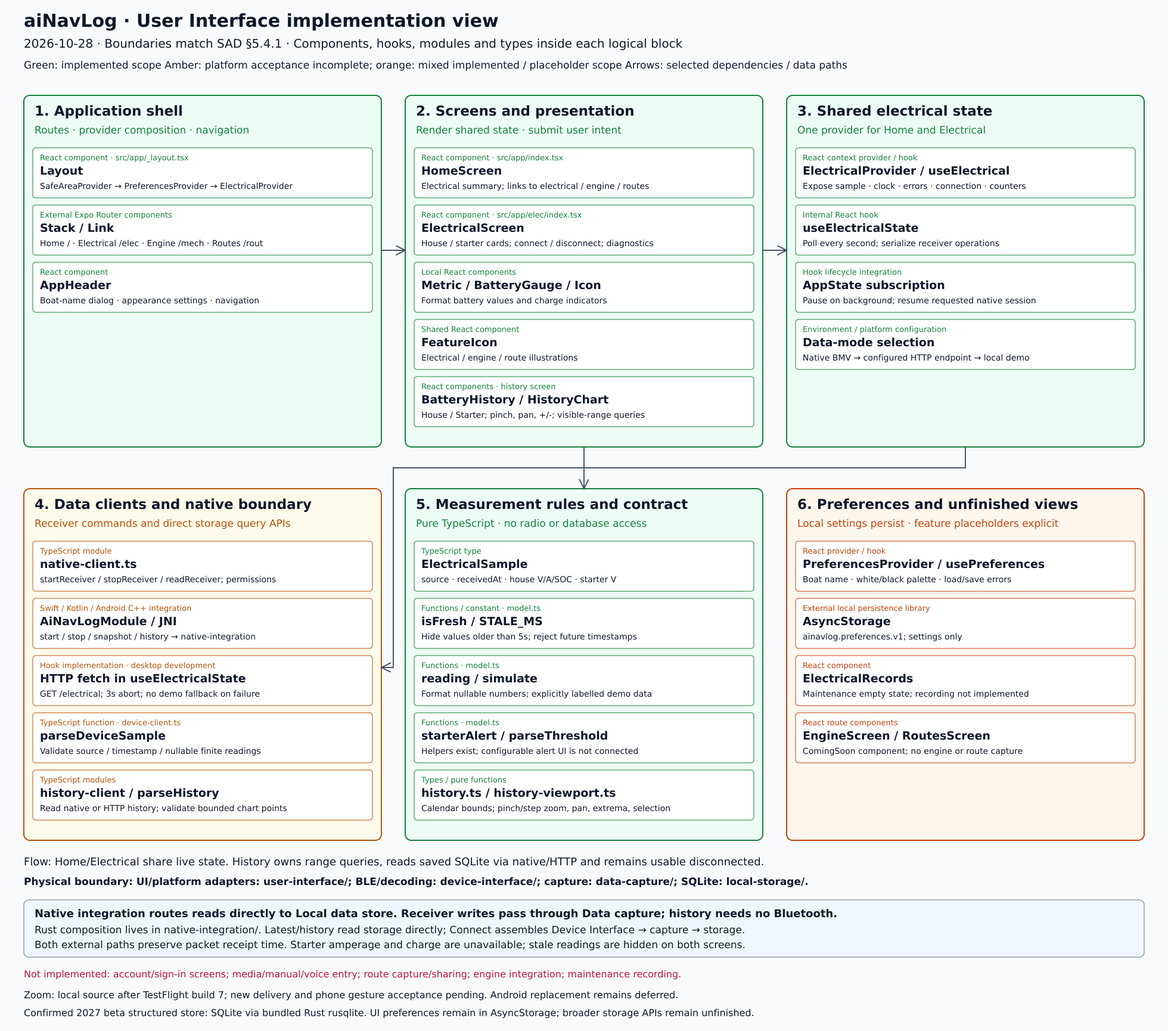
Above: docs/images/user-interface-implementation-view.png in amanlig/aiNavLog (Mermaid), before the change. Its source is kept beside it as docs/images/user-interface-implementation-view.mmd.
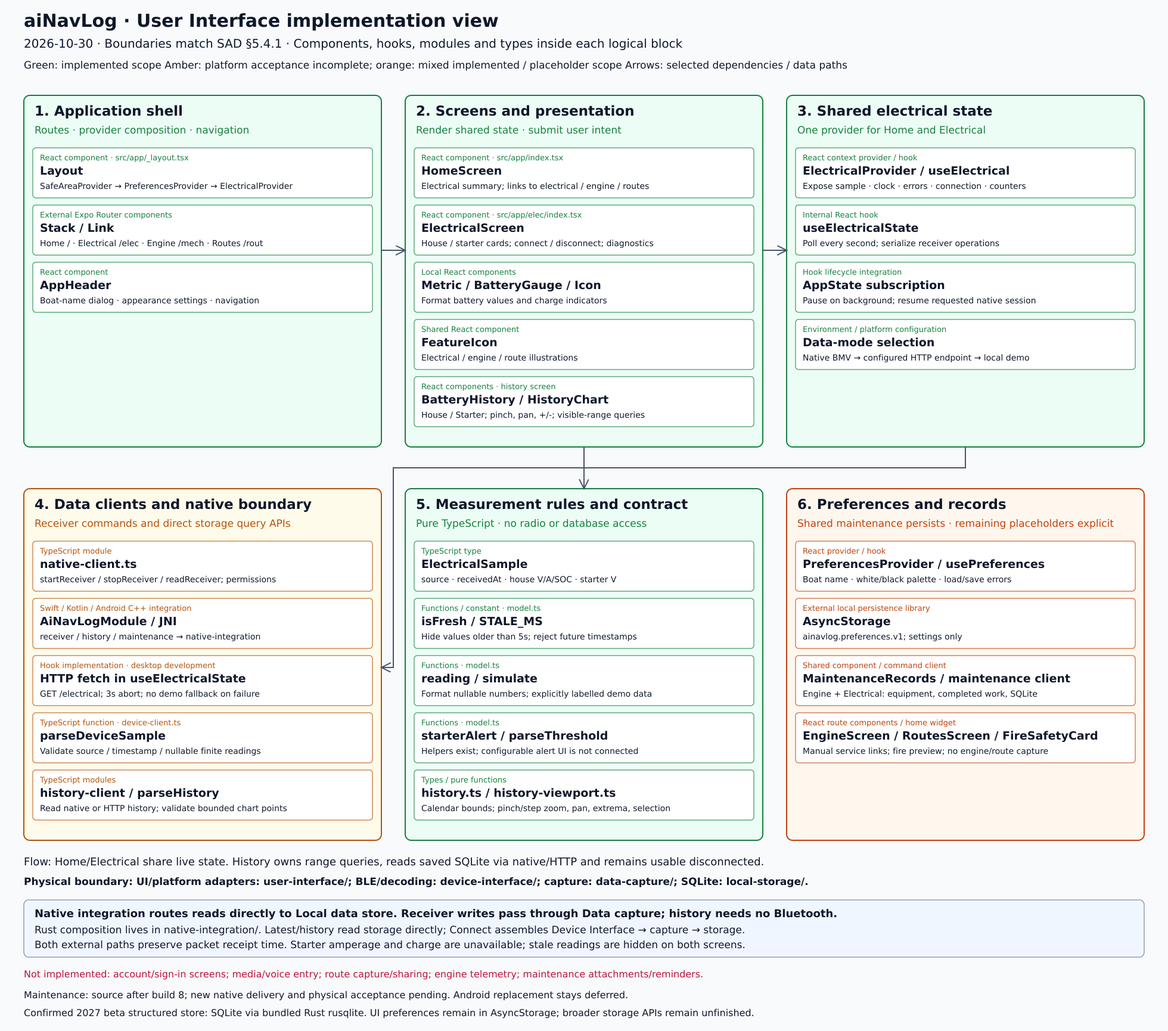
After the commit.

Change to the diagram source:
```diff
@@ -51,7 +51,7 @@
     }
     note for nativeclientts "4. Data clients and native boundary: TypeScript module; startReceiver / stopReceiver / readReceiver; permissions"
     style nativeclientts fill:#fffbeb,stroke:#b45309,color:#0f172a
-    note for AiNavLogModuleJNI "4. Data clients and native boundary: Swift / Kotlin / Android C++ integration; start / stop / snapshot / history → native-integration"
+    note for AiNavLogModuleJNI "4. Data clients and native boundary: Swift / Kotlin / Android C++ integration; receiver / history / maintenance → native-integration"
     style AiNavLogModuleJNI fill:#fffbeb,stroke:#b45309,color:#0f172a
     note for HTTPfetchinuseElectricalState "4. Data clients and native boundary: Hook implementation · desktop development; GET /electrical; 3s abort; no demo fallback on failure"
     style HTTPfetchinuseElectricalState fill:#fffbeb,stroke:#b45309,color:#0f172a
@@ -79,17 +79,18 @@
     namespace Block6 {
         class PreferencesProviderusePreferences
         class AsyncStorage
-        class ElectricalRecords
-        class EngineScreenRoutesScreen
+        class MaintenanceRecordsmaintenanceclient
+        class EngineScreenRoutesScreenFireSafetyCard
     }
-    note for PreferencesProviderusePreferences "6. Preferences and unfinished views: React provider / hook; Boat name · white/black palette · load/save errors"
+    note for PreferencesProviderusePreferences "6. Preferences and records: React provider / hook; Boat name · white/black palette · load/save errors"
     style PreferencesProviderusePreferences fill:#fff7ed,stroke:#c2410c,color:#0f172a
-    note for AsyncStorage "6. Preferences and unfinished views: External local persistence library; ainavlog.preferences.v1; settings only"
+    note for AsyncStorage "6. Preferences and records: External local persistence library; ainavlog.preferences.v1; settings only"
     style AsyncStorage fill:#fff7ed,stroke:#c2410c,color:#0f172a
-    note for ElectricalRecords "6. Preferences and unfinished views: React component; Maintenance empty state; recording not implemented"
-    style ElectricalRecords fill:#fff7ed,stroke:#c2410c,color:#0f172a
-    note for EngineScreenRoutesScreen "6. Preferences and unfinished views: React route components; ComingSoon component; no engine or route capture"
-    style EngineScreenRoutesScreen fill:#fff7ed,stroke:#c2410c,color:#0f172a
+    note for MaintenanceRecordsmaintenanceclient "6. Preferences and records: Shared component / command client; Engine + Electrical: equipment, completed work, SQLite"
+    style MaintenanceRecordsmaintenanceclient fill:#fff7ed,stroke:#c2410c,color:#0f172a
+    note for EngineScreenRoutesScreenFireSafetyCard "6. Preferences and records: React route components / home widget; Manual service links; fire preview; no engine/route capture"
+    style EngineScreenRoutesScreenFireSafetyCard fill:#fff7ed,stroke:#c2410c,color:#0f172a
+    MaintenanceRecordsmaintenanceclient --> AiNavLogModuleJNI : manual storage commands
     Layout --> HomeScreen : navigation
     Layout --> ElectricalProvideruseElectrical : mounts
     Layout --> PreferencesProviderusePreferences : mounts
```
